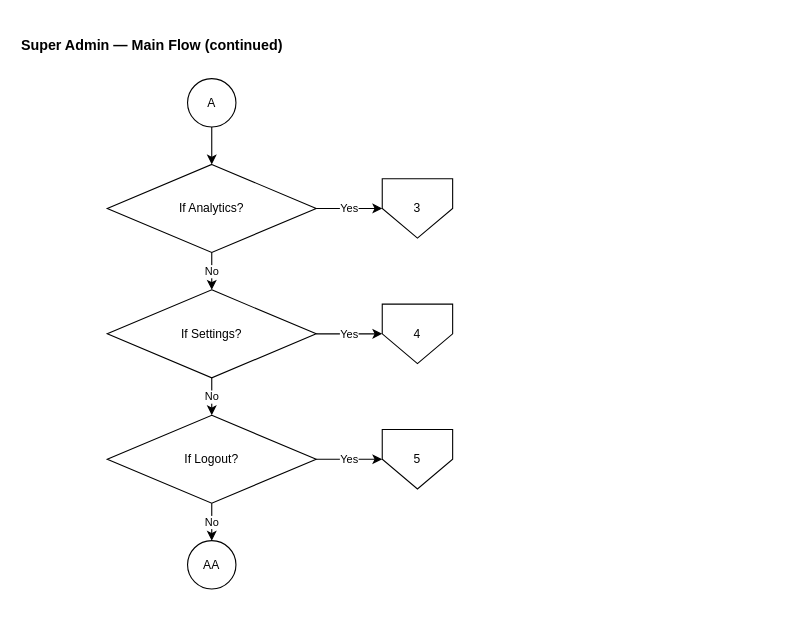
Before: page "Super Admin — Main Flow (continued)" (2 of 8) of Docs/Flowcharts/drawio/03-Super-Admin.drawio in MellowLaw/AGAPP, a draw.io diagram. Source tidied: cells renumbered, new cells numbered last; positions are measured from the earlier drawing's top-left corner, leaving out a move shared by most shapes. Both pictures are drawn from the tidied source at 110%, with x=0, y=0 at pixel (19, 30).
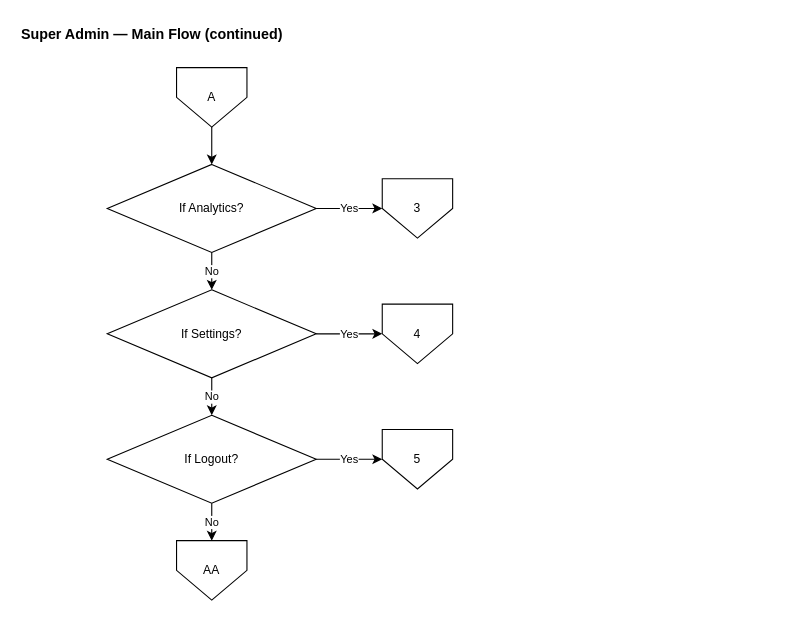
After the change.

What changed in the source:
```diff
@@
 <mxGraphModel>
   <root>
     <mxCell id="0" />
     <mxCell id="1" parent="0" />
     <mxCell id="2" value="Super Admin — Main Flow (continued)" style="text;html=1;align=left;verticalAlign=middle;strokeColor=none;fillColor=none;fontSize=13;fontStyle=1;fontColor=#000000;" parent="1" vertex="1">
-      <mxGeometry width="700" height="26" as="geometry" />
+      <mxGeometry y="-10" width="700" height="26" as="geometry" />
     </mxCell>
-    <mxCell id="3" value="A" style="ellipse;whiteSpace=wrap;html=1;fillColor=#FFFFFF;strokeColor=#000000;fontColor=#000000;fontSize=11;" parent="1" vertex="1">
-      <mxGeometry x="153" y="44" width="44" height="44" as="geometry" />
+    <mxCell id="3" value="A" style="shape=offPageConnector;whiteSpace=wrap;html=1;size=0.5;fillColor=#FFFFFF;strokeColor=#000000;fontColor=#000000;fontSize=11;" parent="1" vertex="1">
+      <mxGeometry x="143" y="34" width="64" height="54" as="geometry" />
     </mxCell>
     <mxCell id="4" value="If Analytics?" style="rhombus;whiteSpace=wrap;html=1;fillColor=#FFFFFF;strokeColor=#000000;fontColor=#000000;fontSize=11;" parent="1" vertex="1">
       <mxGeometry x="80" y="122" width="190" height="80" as="geometry" />
     </mxCell>
     <mxCell id="5" value="3" style="shape=offPageConnector;whiteSpace=wrap;html=1;size=0.5;fillColor=#FFFFFF;strokeColor=#000000;fontColor=#000000;fontSize=11;" parent="1" vertex="1">
       <mxGeometry x="330" y="135" width="64" height="54" as="geometry" />
     </mxCell>
     <mxCell id="6" value="If Settings?" style="rhombus;whiteSpace=wrap;html=1;fillColor=#FFFFFF;strokeColor=#000000;fontColor=#000000;fontSize=11;" parent="1" vertex="1">
       <mxGeometry x="80" y="236" width="190" height="80" as="geometry" />
     </mxCell>
     <mxCell id="7" value="4" style="shape=offPageConnector;whiteSpace=wrap;html=1;size=0.5;fillColor=#FFFFFF;strokeColor=#000000;fontColor=#000000;fontSize=11;" parent="1" vertex="1">
       <mxGeometry x="330" y="249" width="64" height="54" as="geometry" />
     </mxCell>
     <mxCell id="8" value="If Logout?" style="rhombus;whiteSpace=wrap;html=1;fillColor=#FFFFFF;strokeColor=#000000;fontColor=#000000;fontSize=11;" parent="1" vertex="1">
       <mxGeometry x="80" y="350" width="190" height="80" as="geometry" />
     </mxCell>
     <mxCell id="9" value="5" style="shape=offPageConnector;whiteSpace=wrap;html=1;size=0.5;fillColor=#FFFFFF;strokeColor=#000000;fontColor=#000000;fontSize=11;" parent="1" vertex="1">
       <mxGeometry x="330" y="363" width="64" height="54" as="geometry" />
     </mxCell>
-    <mxCell id="10" value="AA" style="ellipse;whiteSpace=wrap;html=1;fillColor=#FFFFFF;strokeColor=#000000;fontColor=#000000;fontSize=11;" parent="1" vertex="1">
-      <mxGeometry x="153" y="464" width="44" height="44" as="geometry" />
+    <mxCell id="10" value="AA" style="shape=offPageConnector;whiteSpace=wrap;html=1;size=0.5;fillColor=#FFFFFF;strokeColor=#000000;fontColor=#000000;fontSize=11;" parent="1" vertex="1">
+      <mxGeometry x="143" y="464" width="64" height="54" as="geometry" />
     </mxCell>
     <mxCell id="11" style="edgeStyle=orthogonalEdgeStyle;rounded=0;html=1;strokeColor=#000000;endArrow=classic;fontSize=10;" parent="1" edge="1" source="3" target="4">
       <mxGeometry relative="1" as="geometry" />
     </mxCell>
     <mxCell id="12" value="Yes" style="edgeStyle=orthogonalEdgeStyle;rounded=0;html=1;strokeColor=#000000;endArrow=classic;fontSize=10;" parent="1" edge="1" source="4" target="5">
       <mxGeometry relative="1" as="geometry" />
     </mxCell>
     <mxCell id="13" value="No" style="edgeStyle=orthogonalEdgeStyle;rounded=0;html=1;strokeColor=#000000;endArrow=classic;fontSize=10;" parent="1" edge="1" source="4" target="6">
       <mxGeometry relative="1" as="geometry" />
     </mxCell>
     <mxCell id="14" value="Yes" style="edgeStyle=orthogonalEdgeStyle;rounded=0;html=1;strokeColor=#000000;endArrow=classic;fontSize=10;" parent="1" edge="1" source="6" target="7">
       <mxGeometry relative="1" as="geometry" />
     </mxCell>
     <mxCell id="15" value="No" style="edgeStyle=orthogonalEdgeStyle;rounded=0;html=1;strokeColor=#000000;endArrow=classic;fontSize=10;" parent="1" edge="1" source="6" target="8">
       <mxGeometry relative="1" as="geometry" />
     </mxCell>
     <mxCell id="16" value="Yes" style="edgeStyle=orthogonalEdgeStyle;rounded=0;html=1;strokeColor=#000000;endArrow=classic;fontSize=10;" parent="1" edge="1" source="8" target="9">
       <mxGeometry relative="1" as="geometry" />
     </mxCell>
     <mxCell id="17" value="No" style="edgeStyle=orthogonalEdgeStyle;rounded=0;html=1;strokeColor=#000000;endArrow=classic;fontSize=10;" parent="1" edge="1" source="8" target="10">
       <mxGeometry relative="1" as="geometry" />
     </mxCell>
   </root>
 </mxGraphModel>
```
